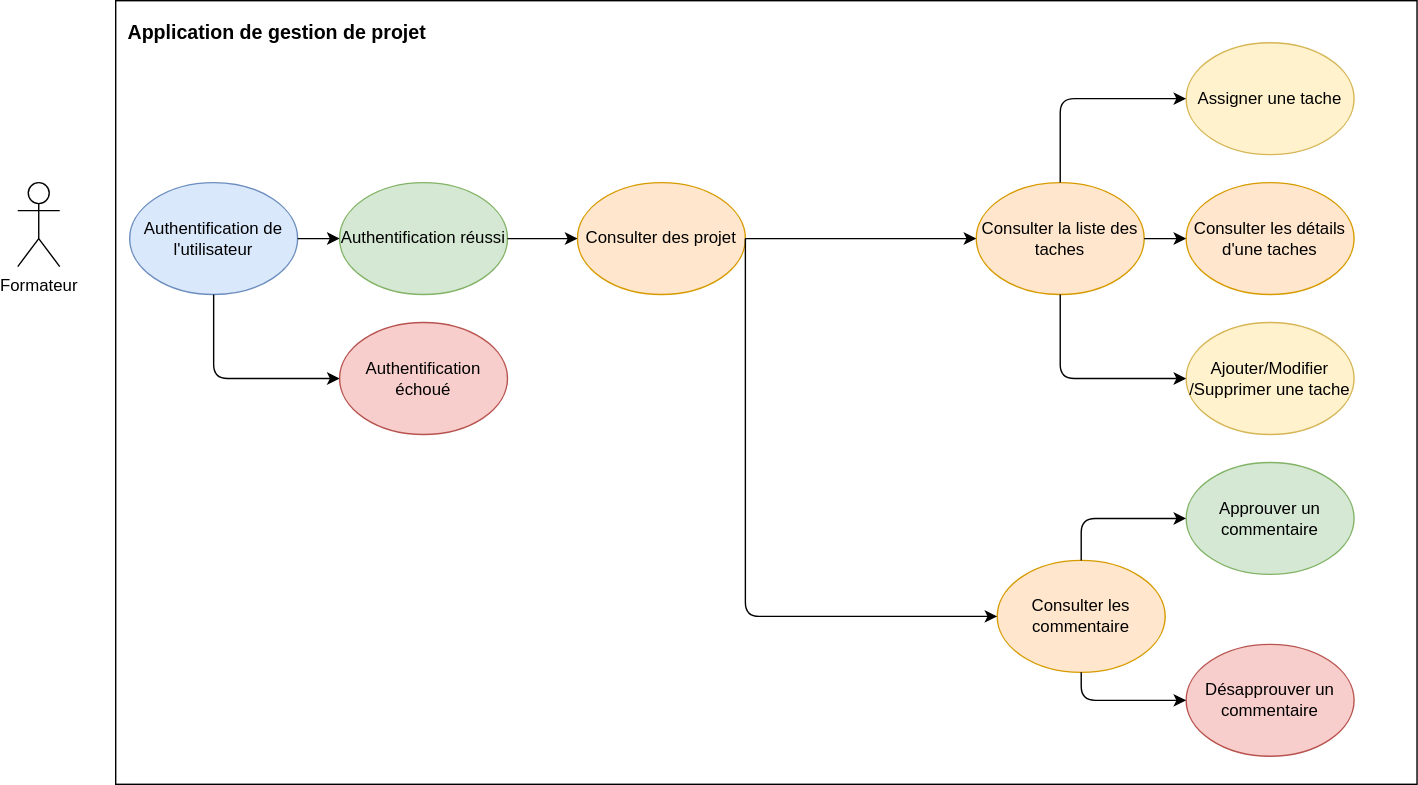
Before: DCU/DCU_Formateur.svg, a diagram exported from draw.io (EducaOps/EducaOps). Source tidied: cells renumbered, new cells last; positions are measured from the earlier drawing's top-left corner, leaving out a move shared by most shapes.
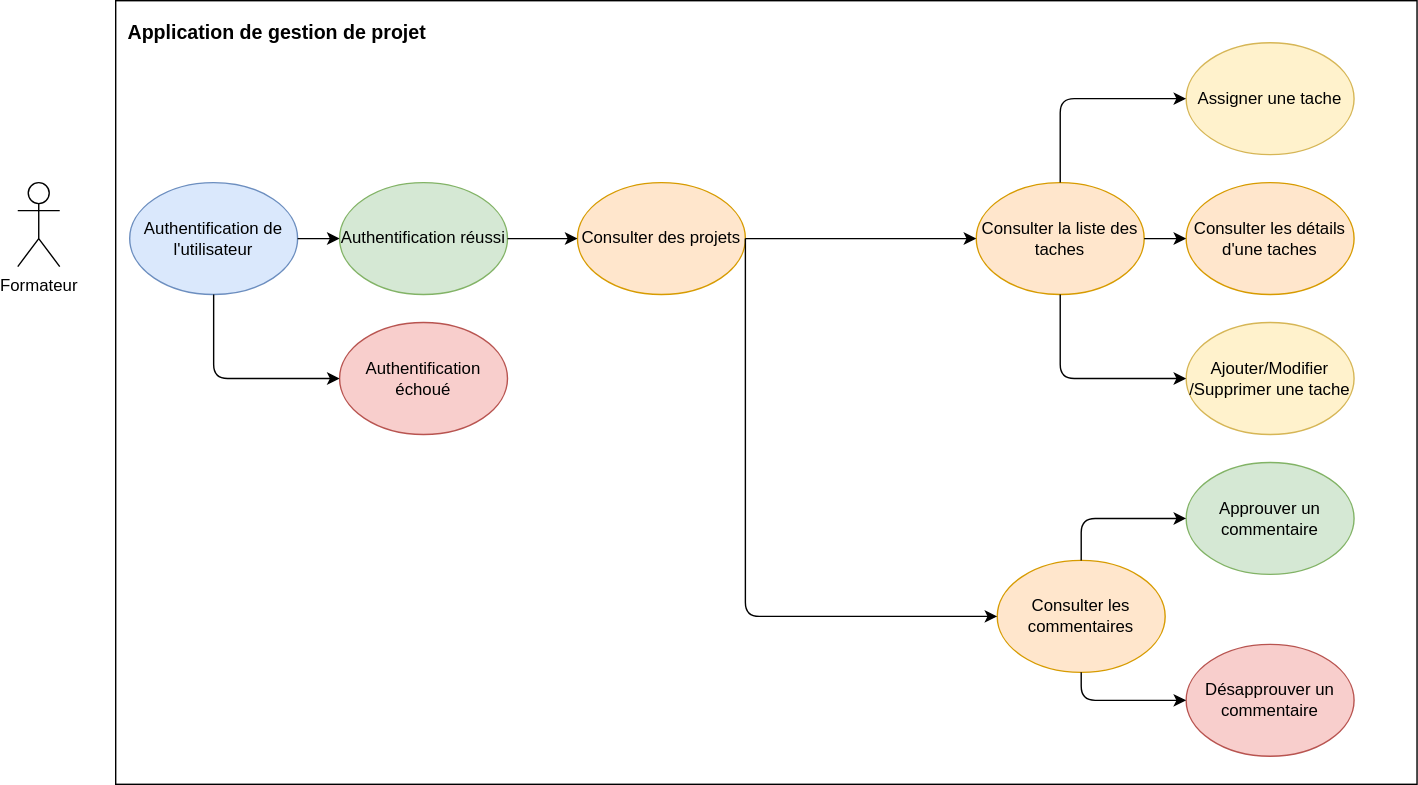
Later version of the same file.

Commit message:
Correction des fautes

What changed in the source:
```diff
@@ -8,7 +8,7 @@
     <mxCell id="3" style="rounded=0;whiteSpace=wrap;html=1;align=left;" parent="1" vertex="1">
       <mxGeometry x="70" width="930" height="560" as="geometry" />
     </mxCell>
-    <mxCell id="4" value="Consulter des projet" style="ellipse;whiteSpace=wrap;html=1;fillColor=#ffe6cc;strokeColor=#d79b00;" parent="1" vertex="1">
+    <mxCell id="4" value="Consulter des projets" style="ellipse;whiteSpace=wrap;html=1;fillColor=#ffe6cc;strokeColor=#d79b00;" parent="1" vertex="1">
       <mxGeometry x="400" y="130" width="120" height="80" as="geometry" />
     </mxCell>
     <mxCell id="5" value="&lt;font style=&quot;font-size: 14px&quot;&gt;Application de gestion de projet&lt;/font&gt;" style="text;strokeColor=none;fillColor=none;html=1;fontSize=24;fontStyle=1;verticalAlign=middle;align=center;" parent="1" vertex="1">
@@ -70,7 +70,7 @@
         </Array>
       </mxGeometry>
     </mxCell>
-    <mxCell id="20" value="Consulter les commentaire" style="ellipse;whiteSpace=wrap;html=1;fillColor=#ffe6cc;strokeColor=#d79b00;" parent="1" vertex="1">
+    <mxCell id="20" value="Consulter les commentaires" style="ellipse;whiteSpace=wrap;html=1;fillColor=#ffe6cc;strokeColor=#d79b00;" parent="1" vertex="1">
       <mxGeometry x="700" y="400" width="120" height="80" as="geometry" />
     </mxCell>
     <mxCell id="21" value="Approuver un commentaire" style="ellipse;whiteSpace=wrap;html=1;fillColor=#d5e8d4;strokeColor=#82b366;" parent="1" vertex="1">
```
